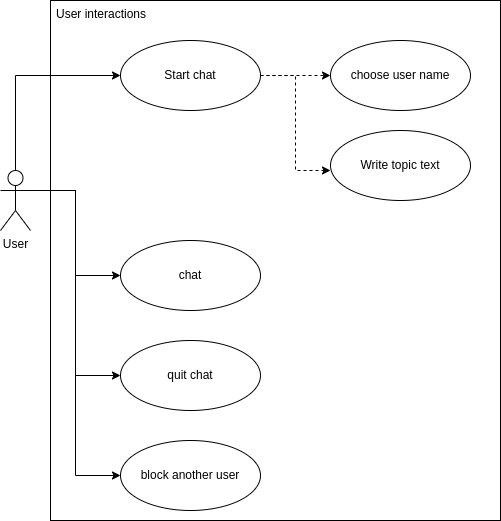
Above: docs/use_cases/images/SoftwareRequirementsSpecification.png in schw1erig/commonSonar (draw.io), before the change. Source tidied: cells renumbered, new cells last; positions are measured from the earlier drawing's top-left corner, leaving out a move shared by most shapes. The source it was exported from:
```xml
<mxGraphModel>
  <root>
    <mxCell id="0" />
    <mxCell id="1" parent="0" />
    <mxCell id="2" style="html=1;" parent="1" vertex="1">
      <mxGeometry x="50" width="450" height="520" as="geometry" />
    </mxCell>
    <mxCell id="3" style="edgeStyle=orthogonalEdgeStyle;rounded=0;jettySize=auto;html=1;exitX=0.5;exitY=0;exitDx=0;exitDy=0;exitPerimeter=0;entryX=0;entryY=0.5;entryDx=0;entryDy=0;" parent="1" edge="1" source="7" target="10">
      <mxGeometry relative="1" as="geometry" />
    </mxCell>
    <mxCell id="4" style="edgeStyle=orthogonalEdgeStyle;rounded=0;jettySize=auto;html=1;exitX=1;exitY=0.3333333333333333;exitDx=0;exitDy=0;exitPerimeter=0;entryX=0;entryY=0.5;entryDx=0;entryDy=0;" parent="1" edge="1" source="7" target="12">
      <mxGeometry relative="1" as="geometry" />
    </mxCell>
    <mxCell id="5" style="edgeStyle=orthogonalEdgeStyle;rounded=0;jettySize=auto;html=1;entryX=0;entryY=0.5;entryDx=0;entryDy=0;" parent="1" edge="1" target="13">
      <mxGeometry relative="1" as="geometry">
        <mxPoint x="30" y="190" as="sourcePoint" />
      </mxGeometry>
    </mxCell>
    <mxCell id="6" style="edgeStyle=orthogonalEdgeStyle;rounded=0;jettySize=auto;html=1;exitX=1;exitY=0.3333333333333333;exitDx=0;exitDy=0;exitPerimeter=0;entryX=0;entryY=0.5;entryDx=0;entryDy=0;" parent="1" edge="1" source="7" target="14">
      <mxGeometry relative="1" as="geometry" />
    </mxCell>
    <mxCell id="7" value="User" style="shape=umlActor;verticalLabelPosition=bottom;verticalAlign=top;html=1;" parent="1" vertex="1">
      <mxGeometry y="170" width="30" height="60" as="geometry" />
    </mxCell>
    <mxCell id="8" style="edgeStyle=orthogonalEdgeStyle;rounded=0;jettySize=auto;html=1;exitX=1;exitY=0.5;exitDx=0;exitDy=0;dashed=1;" parent="1" edge="1" source="10" target="15">
      <mxGeometry relative="1" as="geometry" />
    </mxCell>
    <mxCell id="9" style="edgeStyle=orthogonalEdgeStyle;rounded=0;jettySize=auto;html=1;exitX=1;exitY=0.5;exitDx=0;exitDy=0;entryX=0;entryY=0.571;entryDx=0;entryDy=0;entryPerimeter=0;dashed=1;" parent="1" edge="1" source="10" target="11">
      <mxGeometry relative="1" as="geometry" />
    </mxCell>
    <mxCell id="10" value="Start chat" style="ellipse;whiteSpace=wrap;html=1;" parent="1" vertex="1">
      <mxGeometry x="120" y="40" width="140" height="70" as="geometry" />
    </mxCell>
    <mxCell id="11" value="Write topic text" style="ellipse;whiteSpace=wrap;html=1;" parent="1" vertex="1">
      <mxGeometry x="330" y="130" width="140" height="70" as="geometry" />
    </mxCell>
    <mxCell id="12" value="chat" style="ellipse;whiteSpace=wrap;html=1;" parent="1" vertex="1">
      <mxGeometry x="120" y="240" width="140" height="70" as="geometry" />
    </mxCell>
    <mxCell id="13" value="quit chat" style="ellipse;whiteSpace=wrap;html=1;" parent="1" vertex="1">
      <mxGeometry x="120" y="340" width="140" height="70" as="geometry" />
    </mxCell>
    <mxCell id="14" value="block another user" style="ellipse;whiteSpace=wrap;html=1;" parent="1" vertex="1">
      <mxGeometry x="120" y="440" width="140" height="70" as="geometry" />
    </mxCell>
    <mxCell id="15" value="choose user name" style="ellipse;whiteSpace=wrap;html=1;" parent="1" vertex="1">
      <mxGeometry x="330" y="40" width="140" height="70" as="geometry" />
    </mxCell>
    <mxCell id="16" value="User interactions" style="text;strokeColor=none;fillColor=none;align=left;verticalAlign=top;spacingLeft=4;spacingRight=4;overflow=hidden;" parent="1" vertex="1">
      <mxGeometry x="50" width="100" height="26" as="geometry" />
    </mxCell>
  </root>
</mxGraphModel>
```
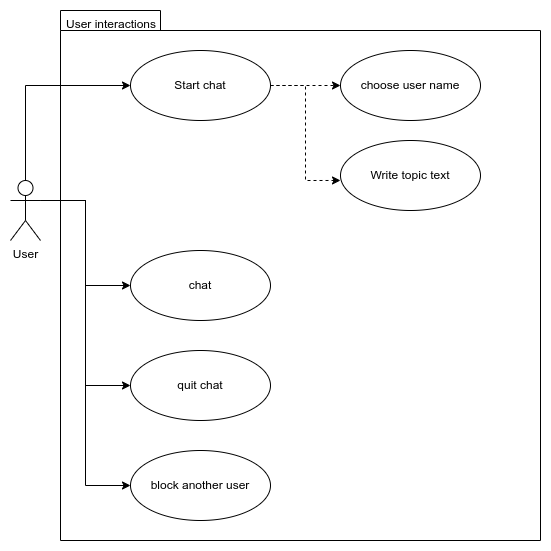
The same file after the commit.

Change to the diagram source:
```diff
@@ -2,9 +2,9 @@
   <root>
     <mxCell id="0" />
     <mxCell id="1" parent="0" />
-    <mxCell id="2" style="html=1;" parent="1" vertex="1">
-      <mxGeometry x="50" width="450" height="520" as="geometry" />
-    </mxCell>
+    <mxCell id="17" style="shape=folder;fontStyle=1;spacingTop=10;tabWidth=100;tabHeight=20;tabPosition=left;html=1;" parent="1" vertex="1">
+      <mxGeometry x="50" width="480" height="530" as="geometry" />
+    </mxCell>
     <mxCell id="3" style="edgeStyle=orthogonalEdgeStyle;rounded=0;jettySize=auto;html=1;exitX=0.5;exitY=0;exitDx=0;exitDy=0;exitPerimeter=0;entryX=0;entryY=0.5;entryDx=0;entryDy=0;" parent="1" edge="1" source="7" target="10">
       <mxGeometry relative="1" as="geometry" />
     </mxCell>
```
